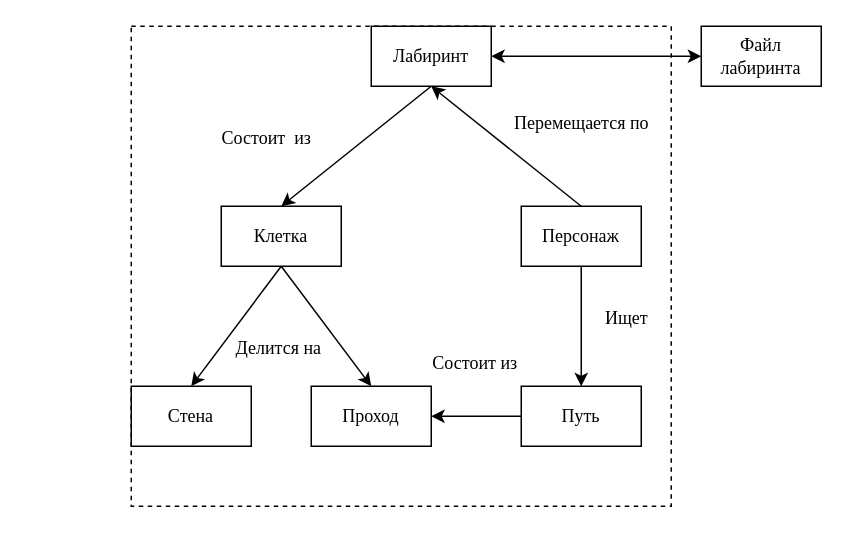
Before: Диаграмма без названия.drawio in RinaLeem/labyrinth, a draw.io diagram. Source tidied: cells renumbered, new cells numbered last; positions are measured from the earlier drawing's top-left corner, leaving out a move shared by most shapes. Both pictures are drawn from the tidied source at 150%, with x=0, y=0 at pixel (130, 26).
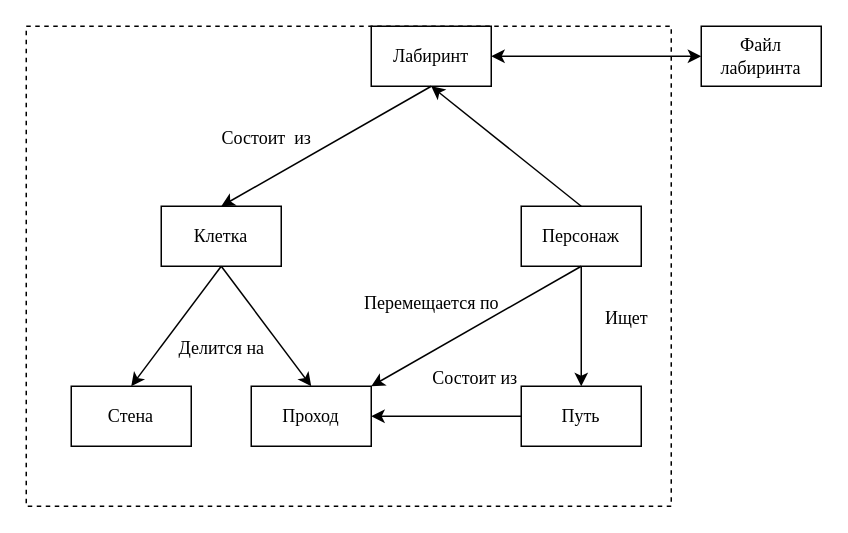
The same page after the edit.

Unchanged cells that the change refers to:
```xml
<mxCell id="4" value="&lt;font face=&quot;Times New Roman&quot;&gt;Персонаж&lt;/font&gt;" style="rounded=0;whiteSpace=wrap;html=1;" parent="1" vertex="1">
  <mxGeometry x="260" y="120" width="80" height="40" as="geometry" />
</mxCell>
```

Change to the diagram source:
```diff
@@
+    <mxCell id="21" style="rounded=0;whiteSpace=wrap;html=1;dashed=1;fillColor=none;" parent="1" vertex="1">
+      <mxGeometry x="-70" width="430" height="320" as="geometry" />
+    </mxCell>
@@
     <mxCell id="3" value="&lt;font face=&quot;Times New Roman&quot;&gt;Клетка&lt;/font&gt;" style="rounded=0;whiteSpace=wrap;html=1;" parent="1" vertex="1">
-      <mxGeometry x="60" y="120" width="80" height="40" as="geometry" />
+      <mxGeometry x="20" y="120" width="80" height="40" as="geometry" />
     </mxCell>
@@
     <mxCell id="5" value="&lt;font face=&quot;Times New Roman&quot;&gt;Проход&lt;/font&gt;" style="rounded=0;whiteSpace=wrap;html=1;" parent="1" vertex="1">
-      <mxGeometry x="120" y="240" width="80" height="40" as="geometry" />
+      <mxGeometry x="80" y="240" width="80" height="40" as="geometry" />
     </mxCell>
     <mxCell id="6" value="&lt;font face=&quot;Times New Roman&quot;&gt;Стена&lt;/font&gt;" style="rounded=0;whiteSpace=wrap;html=1;" parent="1" vertex="1">
-      <mxGeometry y="240" width="80" height="40" as="geometry" />
+      <mxGeometry x="-40" y="240" width="80" height="40" as="geometry" />
     </mxCell>
@@
     <mxCell id="14" value="&lt;font face=&quot;Times New Roman&quot;&gt;Перемещается по&lt;/font&gt;" style="text;html=1;align=center;verticalAlign=middle;strokeColor=none;fillColor=none;" parent="1" vertex="1">
-      <mxGeometry x="245" y="50" width="110" height="30" as="geometry" />
+      <mxGeometry x="145" y="170" width="110" height="30" as="geometry" />
     </mxCell>
     <mxCell id="15" value="&lt;font face=&quot;Times New Roman&quot;&gt;Делится на&lt;/font&gt;" style="text;html=1;align=center;verticalAlign=middle;strokeColor=none;fillColor=none;" parent="1" vertex="1">
-      <mxGeometry x="58" y="200" width="80" height="30" as="geometry" />
+      <mxGeometry x="20" y="200" width="80" height="30" as="geometry" />
     </mxCell>
@@
     <mxCell id="18" value="&lt;font face=&quot;Times New Roman&quot;&gt;Состоит из&lt;/font&gt;" style="text;html=1;align=center;verticalAlign=middle;strokeColor=none;fillColor=none;" parent="1" vertex="1">
-      <mxGeometry x="189" y="210" width="80" height="30" as="geometry" />
+      <mxGeometry x="189" y="220" width="80" height="30" as="geometry" />
     </mxCell>
@@
-    <mxCell id="21" style="rounded=0;whiteSpace=wrap;html=1;dashed=1;fillColor=none;" parent="1" vertex="1">
-      <mxGeometry width="360" height="320" as="geometry" />
-    </mxCell>
+    <mxCell id="22" style="endArrow=classic;html=1;rounded=0;" parent="1" edge="1" source="21">
+      <mxGeometry relative="1" as="geometry">
+        <mxPoint x="360" y="190" as="targetPoint" />
+      </mxGeometry>
+    </mxCell>
+    <mxCell id="23" style="endArrow=classic;html=1;rounded=0;exitX=0.5;exitY=1;exitDx=0;exitDy=0;entryX=1;entryY=0;entryDx=0;entryDy=0;" parent="1" edge="1" source="4" target="5">
+      <mxGeometry relative="1" as="geometry" />
+    </mxCell>
```
